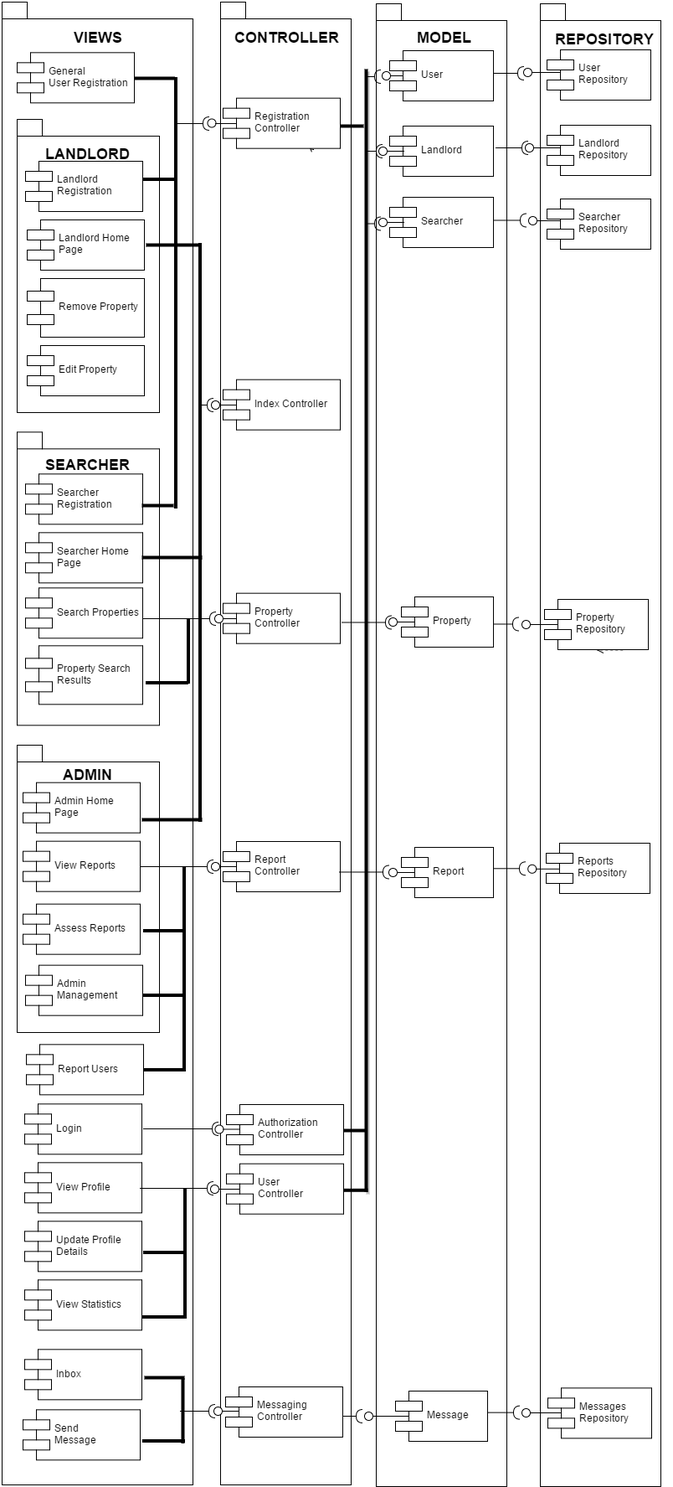
This is docs/ws2/componentDiagram.png from ahtif/FlatFinder, a draw.io export, as it was before one commit. Source tidied: cells renumbered, new cells last; positions are measured from the earlier drawing's top-left corner, leaving out a move shared by most shapes.
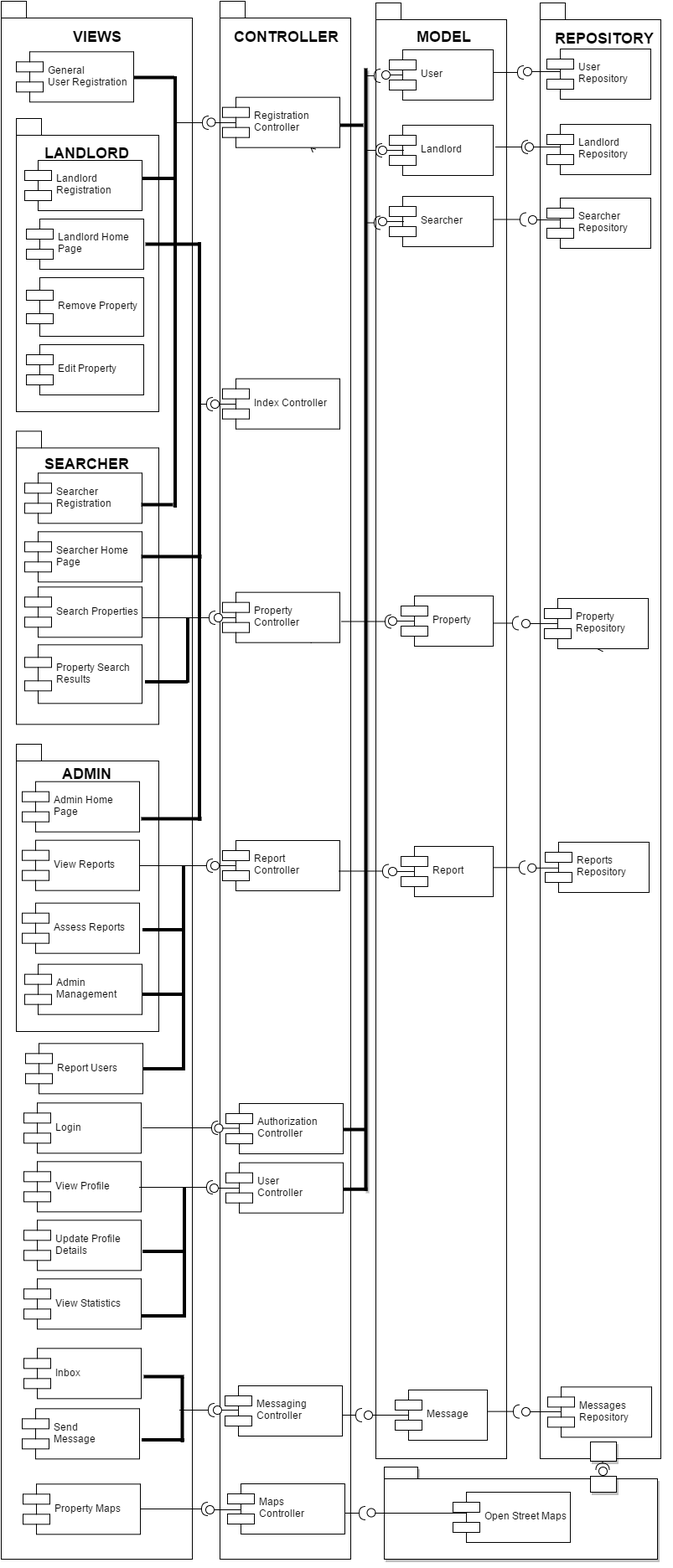
The same file after the commit.

Commit message:
added open street maps components

The edit, as a diff of the source:
```diff
@@ -2,14 +2,17 @@
   <root>
     <mxCell id="0" />
     <mxCell id="1" parent="0" />
+    <mxCell id="152" style="shape=lollipop;direction=south;html=1;rotation=-90;" parent="1" vertex="1">
+      <mxGeometry x="805" y="1727" width="44" height="90" as="geometry" />
+    </mxCell>
     <mxCell id="2" style="shape=folder;fontStyle=1;spacingTop=10;tabWidth=30;tabHeight=20;tabPosition=left;html=1;" parent="1" vertex="1">
-      <mxGeometry x="556" y="2" width="156" height="1770" as="geometry" />
+      <mxGeometry x="556" y="2" width="156" height="1738" as="geometry" />
     </mxCell>
     <mxCell id="3" style="shape=folder;fontStyle=1;spacingTop=10;tabWidth=30;tabHeight=20;tabPosition=left;html=1;" parent="1" vertex="1">
-      <mxGeometry x="370" width="156" height="1770" as="geometry" />
+      <mxGeometry x="370" width="156" height="1860" as="geometry" />
     </mxCell>
     <mxCell id="4" style="shape=folder;fontStyle=1;spacingTop=10;tabWidth=30;tabHeight=20;tabPosition=left;html=1;" parent="1" vertex="1">
-      <mxGeometry x="109" width="228" height="1770" as="geometry" />
+      <mxGeometry x="109" width="228" height="1860" as="geometry" />
     </mxCell>
     <mxCell id="5" style="shape=folder;fontStyle=1;spacingTop=10;tabWidth=30;tabHeight=20;tabPosition=left;html=1;" parent="1" vertex="1">
       <mxGeometry x="127" y="887" width="170" height="343" as="geometry" />
@@ -318,7 +321,7 @@
       <mxGeometry relative="1" as="geometry" />
     </mxCell>
     <mxCell id="104" style="shape=folder;fontStyle=1;spacingTop=10;tabWidth=30;tabHeight=20;tabPosition=left;html=1;" parent="1" vertex="1">
-      <mxGeometry x="752" y="2" width="144" height="1770" as="geometry" />
+      <mxGeometry x="752" y="2" width="144" height="1738" as="geometry" />
     </mxCell>
     <mxCell id="105" style="edgeStyle=none;rounded=0;html=1;exitX=0.5;exitY=0;entryX=0.5;entryY=0;dashed=1;endArrow=open;endFill=1;jettySize=auto;orthogonalLoop=1;" parent="1" edge="1" source="142" target="142">
       <mxGeometry relative="1" as="geometry" />
@@ -432,7 +435,7 @@
       <mxGeometry x="757" y="713" width="124" height="60" as="geometry" />
     </mxCell>
     <mxCell id="141" value="Reports&#10;Repository" style="shape=component;align=left;spacingLeft=36;" parent="1" vertex="1">
-      <mxGeometry x="759" y="1004" width="124" height="60" as="geometry" />
+      <mxGeometry x="758" y="1004" width="124" height="60" as="geometry" />
     </mxCell>
     <mxCell id="142" value="User&#10;Repository" style="shape=component;align=left;spacingLeft=36;" parent="1" vertex="1">
       <mxGeometry x="760" y="57" width="124" height="60" as="geometry" />
@@ -464,5 +467,47 @@
     <mxCell id="151" value="&lt;span style=&quot;font-size: 18px ; line-height: 21.6px&quot;&gt;REPOSITORY&lt;/span&gt;" style="text;html=1;fontSize=24;fontStyle=1;verticalAlign=middle;align=center;shadow=1;" parent="1" vertex="1">
       <mxGeometry x="752" y="22" width="154" height="40" as="geometry" />
     </mxCell>
+    <mxCell id="153" style="edgeStyle=none;rounded=0;html=1;exitX=0.75;exitY=1;entryX=0.75;entryY=1;dashed=1;endArrow=open;endFill=1;jettySize=auto;orthogonalLoop=1;" parent="1" edge="1" source="4" target="4">
+      <mxGeometry relative="1" as="geometry" />
+    </mxCell>
+    <mxCell id="154" style="edgeStyle=none;rounded=0;html=1;exitX=1;exitY=0.5;dashed=1;endArrow=open;endFill=1;jettySize=auto;orthogonalLoop=1;" parent="1" edge="1" source="157" target="157">
+      <mxGeometry relative="1" as="geometry" />
+    </mxCell>
+    <mxCell id="155" style="shape=folder;fontStyle=1;spacingTop=10;tabWidth=40;tabHeight=14;tabPosition=left;html=1;shadow=1;" parent="1" vertex="1">
+      <mxGeometry x="566" y="1750" width="326" height="110" as="geometry" />
+    </mxCell>
+    <mxCell id="156" style="shape=requires;direction=north;html=1;rotation=-180;" parent="1" vertex="1">
+      <mxGeometry x="272" y="1790" width="89" height="20" as="geometry" />
+    </mxCell>
+    <mxCell id="157" value="Property Maps" style="shape=component;align=left;spacingLeft=36;" parent="1" vertex="1">
+      <mxGeometry x="135" y="1770.3" width="140" height="60" as="geometry" />
+    </mxCell>
+    <mxCell id="158" style="shape=lollipop;direction=south;html=1;rotation=-180;" parent="1" vertex="1">
+      <mxGeometry x="353" y="1756" width="76" height="90" as="geometry" />
+    </mxCell>
+    <mxCell id="159" style="shape=requires;direction=north;html=1;rotation=-180;" parent="1" vertex="1">
+      <mxGeometry x="453" y="1795" width="96" height="20" as="geometry" />
+    </mxCell>
+    <mxCell id="160" value="Maps  &#10;Controller" style="shape=component;align=left;spacingLeft=36;" parent="1" vertex="1">
+      <mxGeometry x="379" y="1770" width="140" height="60" as="geometry" />
+    </mxCell>
+    <mxCell id="161" style="shape=lollipop;direction=south;html=1;rotation=-180;" parent="1" vertex="1">
+      <mxGeometry x="545" y="1760" width="125" height="90" as="geometry" />
+    </mxCell>
+    <mxCell id="162" value="Open Street Maps " style="shape=component;align=left;spacingLeft=36;" parent="1" vertex="1">
+      <mxGeometry x="648" y="1780" width="140" height="60" as="geometry" />
+    </mxCell>
+    <mxCell id="163" style="edgeStyle=none;rounded=0;html=1;exitX=1;exitY=0.5;entryX=1;entryY=0.5;dashed=1;endArrow=open;endFill=1;jettySize=auto;orthogonalLoop=1;" parent="1" edge="1" source="164" target="164">
+      <mxGeometry relative="1" as="geometry" />
+    </mxCell>
+    <mxCell id="164" style="html=1;shadow=1;" parent="1" vertex="1">
+      <mxGeometry x="812" y="1761" width="31" height="19" as="geometry" />
+    </mxCell>
+    <mxCell id="165" style="shape=requires;direction=north;html=1;rotation=-90;" parent="1" vertex="1">
+      <mxGeometry x="812" y="1734" width="29" height="20" as="geometry" />
+    </mxCell>
+    <mxCell id="166" style="html=1;shadow=1;" parent="1" vertex="1">
+      <mxGeometry x="812" y="1720" width="31" height="23" as="geometry" />
+    </mxCell>
   </root>
 </mxGraphModel>
```
